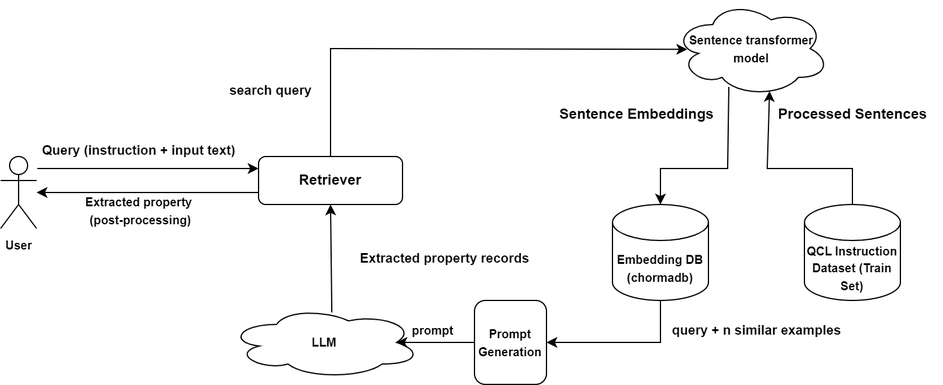
DeperiasKerre/qKG keeps this draw.io diagram as Images/RAG_Pipeline.png. Above is the earlier version. Source tidied: cells renumbered, new cells last; positions are measured from the earlier drawing's top-left corner, leaving out a move shared by most shapes.
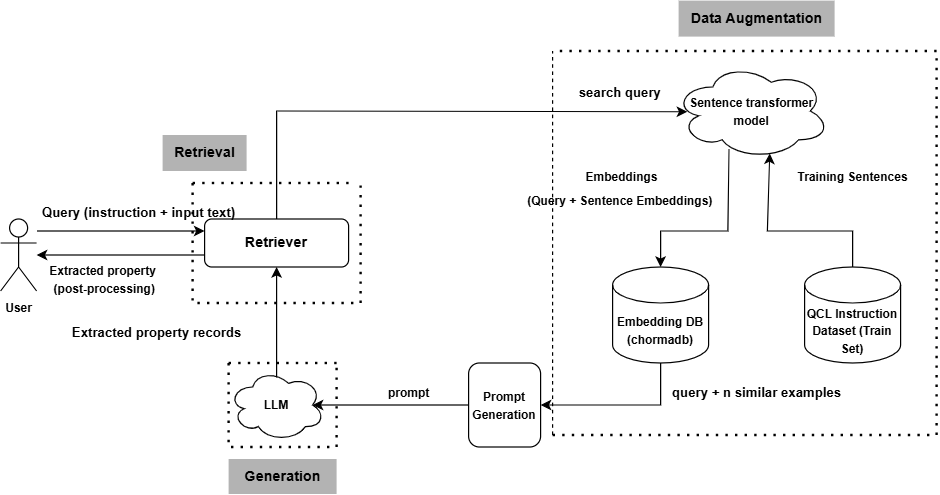
After the commit.

The edit, as a diff of the source:
```diff
@@ -19,8 +19,8 @@
         </Array>
       </mxGeometry>
     </mxCell>
-    <mxCell id="6" value="&lt;b&gt;Processed Sentences&lt;/b&gt;" style="text;html=1;align=center;verticalAlign=middle;strokeColor=none;fillColor=none;" parent="1" vertex="1">
-      <mxGeometry x="635" y="80" width="150" height="30" as="geometry" />
+    <mxCell id="6" value="&lt;b&gt;&lt;font style=&quot;font-size: 10px;&quot;&gt;Training Sentences&lt;/font&gt;&lt;/b&gt;" style="text;html=1;align=center;verticalAlign=middle;strokeColor=none;fillColor=none;" parent="1" vertex="1">
+      <mxGeometry x="650" y="80" width="120" height="30" as="geometry" />
     </mxCell>
     <mxCell id="7" style="endArrow=classic;html=1;rounded=0;exitX=0.354;exitY=0.9;exitDx=0;exitDy=0;exitPerimeter=0;entryX=0.5;entryY=0;entryDx=0;entryDy=0;entryPerimeter=0;" parent="1" edge="1" source="4" target="3">
       <mxGeometry relative="1" as="geometry">
@@ -30,21 +30,21 @@
         </Array>
       </mxGeometry>
     </mxCell>
-    <mxCell id="8" value="&lt;b&gt;Sentence Embeddings&lt;/b&gt;" style="text;html=1;align=center;verticalAlign=middle;strokeColor=none;fillColor=none;" parent="1" vertex="1">
-      <mxGeometry x="455" y="80" width="150" height="30" as="geometry" />
+    <mxCell id="8" value="&lt;b&gt;&lt;font style=&quot;font-size: 10px;&quot;&gt;&amp;nbsp;Embeddings&lt;/font&gt;&lt;/b&gt;" style="text;html=1;align=center;verticalAlign=middle;strokeColor=none;fillColor=none;" parent="1" vertex="1">
+      <mxGeometry x="471" y="80" width="90" height="30" as="geometry" />
     </mxCell>
     <mxCell id="9" value="&lt;b&gt;Retriever&lt;/b&gt;" style="rounded=1;whiteSpace=wrap;html=1;" parent="1" vertex="1">
-      <mxGeometry x="215" y="130" width="120" height="40" as="geometry" />
+      <mxGeometry x="170" y="130" width="120" height="40" as="geometry" />
     </mxCell>
     <mxCell id="10" style="endArrow=classic;html=1;rounded=0;exitX=0.5;exitY=0;exitDx=0;exitDy=0;entryX=0.087;entryY=0.508;entryDx=0;entryDy=0;entryPerimeter=0;" parent="1" edge="1" source="9" target="4">
       <mxGeometry relative="1" as="geometry">
         <Array as="points">
-          <mxPoint x="275" y="40" />
+          <mxPoint x="230" y="40" />
         </Array>
       </mxGeometry>
     </mxCell>
     <mxCell id="11" value="&lt;font style=&quot;font-size: 11px;&quot;&gt;&lt;b style=&quot;&quot;&gt;search query&lt;/b&gt;&lt;/font&gt;" style="text;html=1;align=center;verticalAlign=middle;strokeColor=none;fillColor=none;" parent="1" vertex="1">
-      <mxGeometry x="180" y="60" width="90" height="30" as="geometry" />
+      <mxGeometry x="471" y="10" width="90" height="30" as="geometry" />
     </mxCell>
     <mxCell id="12" style="endArrow=classic;html=1;rounded=0;exitX=0.5;exitY=1;exitDx=0;exitDy=0;exitPerimeter=0;entryX=1;entryY=0.5;entryDx=0;entryDy=0;" parent="1" edge="1" source="3" target="14">
       <mxGeometry relative="1" as="geometry">
@@ -57,22 +57,22 @@
       <mxGeometry x="550" y="260" width="160" height="30" as="geometry" />
     </mxCell>
     <mxCell id="14" value="&lt;font style=&quot;font-size: 10px;&quot;&gt;&lt;b&gt;Prompt Generation&lt;/b&gt;&lt;/font&gt;" style="rounded=1;whiteSpace=wrap;html=1;" parent="1" vertex="1">
-      <mxGeometry x="395" y="250" width="60" height="70" as="geometry" />
+      <mxGeometry x="390" y="250" width="60" height="70" as="geometry" />
     </mxCell>
     <mxCell id="15" value="&lt;font style=&quot;font-size: 10px;&quot;&gt;&lt;b&gt;LLM&lt;/b&gt;&lt;/font&gt;" style="ellipse;shape=cloud;whiteSpace=wrap;html=1;" parent="1" vertex="1">
-      <mxGeometry x="190" y="255" width="160" height="60" as="geometry" />
+      <mxGeometry x="190" y="255" width="80" height="60" as="geometry" />
     </mxCell>
     <mxCell id="16" style="endArrow=classic;html=1;rounded=0;entryX=0.875;entryY=0.5;entryDx=0;entryDy=0;entryPerimeter=0;exitX=0;exitY=0.5;exitDx=0;exitDy=0;" parent="1" edge="1" source="14" target="15">
       <mxGeometry relative="1" as="geometry" />
     </mxCell>
     <mxCell id="17" value="&lt;font style=&quot;font-size: 10px;&quot;&gt;&lt;b&gt;prompt&lt;/b&gt;&lt;/font&gt;" style="text;html=1;align=center;verticalAlign=middle;strokeColor=none;fillColor=none;" parent="1" vertex="1">
-      <mxGeometry x="330" y="260" width="60" height="30" as="geometry" />
+      <mxGeometry x="310" y="260" width="60" height="30" as="geometry" />
     </mxCell>
-    <mxCell id="18" style="endArrow=classic;html=1;rounded=0;entryX=0.5;entryY=1;entryDx=0;entryDy=0;exitX=0.538;exitY=0.083;exitDx=0;exitDy=0;exitPerimeter=0;" parent="1" edge="1" source="15" target="9">
+    <mxCell id="18" style="endArrow=classic;html=1;rounded=0;entryX=0.5;entryY=1;entryDx=0;entryDy=0;exitX=0.5;exitY=0.117;exitDx=0;exitDy=0;exitPerimeter=0;" parent="1" edge="1" source="15" target="9">
       <mxGeometry relative="1" as="geometry" />
     </mxCell>
     <mxCell id="19" value="&lt;font style=&quot;font-size: 11px;&quot;&gt;&lt;b style=&quot;&quot;&gt;Extracted property records&lt;/b&gt;&lt;/font&gt;" style="text;html=1;align=center;verticalAlign=middle;strokeColor=none;fillColor=none;" parent="1" vertex="1">
-      <mxGeometry x="290" y="200" width="160" height="30" as="geometry" />
+      <mxGeometry x="50" y="210" width="160" height="30" as="geometry" />
     </mxCell>
     <mxCell id="20" value="&lt;font style=&quot;font-size: 10px;&quot;&gt;&lt;b&gt;User&lt;/b&gt;&lt;/font&gt;" style="shape=umlActor;verticalLabelPosition=bottom;verticalAlign=top;html=1;outlineConnect=0;" parent="1" vertex="1">
       <mxGeometry y="130" width="30" height="60" as="geometry" />
@@ -87,7 +87,68 @@
       <mxGeometry relative="1" as="geometry" />
     </mxCell>
     <mxCell id="24" value="&lt;font style=&quot;font-size: 10px;&quot;&gt;&lt;b&gt;Extracted property&lt;/b&gt;&lt;/font&gt;&lt;div&gt;&lt;font style=&quot;font-size: 10px;&quot;&gt;&lt;b&gt;&amp;nbsp;(post-processing)&lt;/b&gt;&lt;/font&gt;&lt;/div&gt;" style="text;html=1;align=center;verticalAlign=middle;strokeColor=none;fillColor=none;" parent="1" vertex="1">
-      <mxGeometry x="60" y="155" width="110" height="40" as="geometry" />
+      <mxGeometry x="30" y="160" width="110" height="40" as="geometry" />
     </mxCell>
+    <mxCell id="25" style="endArrow=none;dashed=1;html=1;rounded=0;" parent="1" edge="1">
+      <mxGeometry relative="1" as="geometry">
+        <mxPoint x="460" y="310" as="sourcePoint" />
+        <mxPoint x="460" y="-10" as="targetPoint" />
+      </mxGeometry>
+    </mxCell>
+    <mxCell id="26" style="endArrow=none;dashed=1;html=1;dashPattern=1 3;strokeWidth=2;rounded=0;" parent="1" edge="1">
+      <mxGeometry relative="1" as="geometry">
+        <mxPoint x="460" y="310" as="sourcePoint" />
+        <mxPoint x="460" y="-10" as="targetPoint" />
+        <Array as="points">
+          <mxPoint x="780" y="310" />
+          <mxPoint x="780" y="-10" />
+        </Array>
+      </mxGeometry>
+    </mxCell>
+    <mxCell id="27" value="&lt;b&gt;Data Augmentation&lt;/b&gt;" style="text;html=1;align=center;verticalAlign=middle;strokeColor=none;fillColor=#B3B3B3;" parent="1" vertex="1">
+      <mxGeometry x="565" y="-52" width="130" height="30" as="geometry" />
+    </mxCell>
+    <mxCell id="28" style="endArrow=none;dashed=1;html=1;dashPattern=1 3;strokeWidth=2;rounded=0;" parent="1" edge="1">
+      <mxGeometry relative="1" as="geometry">
+        <mxPoint x="190" y="250" as="sourcePoint" />
+        <mxPoint x="280" y="250" as="targetPoint" />
+      </mxGeometry>
+    </mxCell>
+    <mxCell id="29" style="endArrow=none;dashed=1;html=1;dashPattern=1 3;strokeWidth=2;rounded=0;" parent="1" edge="1">
+      <mxGeometry relative="1" as="geometry">
+        <mxPoint x="190" y="250" as="sourcePoint" />
+        <mxPoint x="280" y="250" as="targetPoint" />
+        <Array as="points">
+          <mxPoint x="190" y="320" />
+          <mxPoint x="280" y="320" />
+        </Array>
+      </mxGeometry>
+    </mxCell>
+    <mxCell id="30" value="&lt;b&gt;Generation&lt;/b&gt;" style="text;html=1;align=center;verticalAlign=middle;strokeColor=none;fillColor=#B3B3B3;" parent="1" vertex="1">
+      <mxGeometry x="190" y="330" width="90" height="30" as="geometry" />
+    </mxCell>
+    <mxCell id="31" style="endArrow=none;dashed=1;html=1;dashPattern=1 3;strokeWidth=2;rounded=0;" parent="1" edge="1">
+      <mxGeometry relative="1" as="geometry">
+        <mxPoint x="160" y="100" as="sourcePoint" />
+        <mxPoint x="300" y="100" as="targetPoint" />
+        <Array as="points">
+          <mxPoint x="160" y="200" />
+          <mxPoint x="260" y="200" />
+          <mxPoint x="300" y="200" />
+        </Array>
+      </mxGeometry>
+    </mxCell>
+    <mxCell id="32" style="endArrow=none;dashed=1;html=1;dashPattern=1 3;strokeWidth=2;rounded=0;" parent="1" edge="1">
+      <mxGeometry relative="1" as="geometry">
+        <mxPoint x="160" y="100" as="sourcePoint" />
+        <mxPoint x="290" y="100" as="targetPoint" />
+      </mxGeometry>
+    </mxCell>
+    <mxCell id="33" value="&lt;b&gt;Retrieval&lt;/b&gt;" style="text;html=1;align=center;verticalAlign=middle;strokeColor=none;fillColor=#B3B3B3;" parent="1" vertex="1">
+      <mxGeometry x="135" y="60" width="70" height="30" as="geometry" />
+    </mxCell>
+    <mxCell id="34" value="&lt;font style=&quot;font-size: 10px;&quot;&gt;&lt;b&gt;(Query + Sentence Embeddings)&lt;/b&gt;&lt;/font&gt;" style="text;html=1;align=center;verticalAlign=middle;strokeColor=none;fillColor=none;" parent="1" vertex="1">
+      <mxGeometry x="426" y="100" width="180" height="30" as="geometry" />
+    </mxCell>
   </root>
 </mxGraphModel>
```
